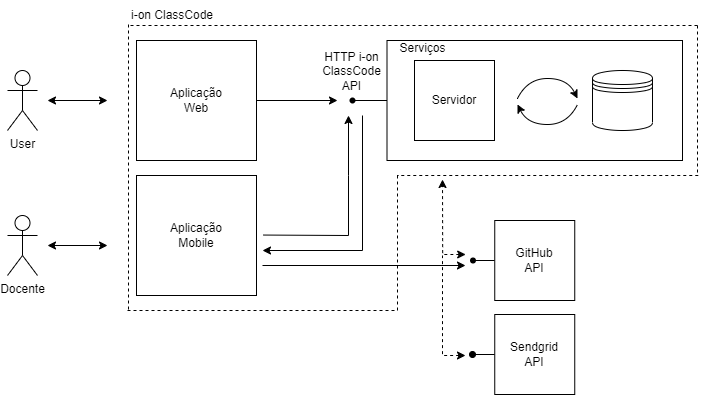
The draw.io diagram docs/img/project-flow.png in i-on-project/repohouse, before a commit. Source tidied: cells renumbered, new cells last; positions are measured from the earlier drawing's top-left corner, leaving out a move shared by most shapes. Source of this version:
```xml
<mxGraphModel>
  <root>
    <mxCell id="0" />
    <mxCell id="1" parent="0" />
    <mxCell id="2" value="User" style="shape=umlActor;verticalLabelPosition=bottom;verticalAlign=top;html=1;" parent="1" vertex="1">
      <mxGeometry y="70" width="30" height="60" as="geometry" />
    </mxCell>
    <mxCell id="3" style="endArrow=classic;startArrow=classic;html=1;rounded=0;" parent="1" edge="1">
      <mxGeometry relative="1" as="geometry">
        <mxPoint x="40" y="100" as="sourcePoint" />
        <mxPoint x="100" y="100" as="targetPoint" />
      </mxGeometry>
    </mxCell>
    <mxCell id="4" value="Aplicação&lt;br&gt;Web" style="whiteSpace=wrap;html=1;" parent="1" vertex="1">
      <mxGeometry x="129" y="40" width="120" height="120" as="geometry" />
    </mxCell>
    <mxCell id="5" style="rounded=0;whiteSpace=wrap;html=1;" parent="1" vertex="1">
      <mxGeometry x="379.5" y="40" width="295.5" height="120" as="geometry" />
    </mxCell>
    <mxCell id="6" style="endArrow=none;html=1;rounded=0;entryX=0;entryY=0.5;entryDx=0;entryDy=0;startArrow=none;" parent="1" edge="1" source="8" target="5">
      <mxGeometry relative="1" as="geometry" />
    </mxCell>
    <mxCell id="7" style="endArrow=none;html=1;rounded=0;entryDx=0;entryDy=0;" parent="1" edge="1" target="8">
      <mxGeometry relative="1" as="geometry">
        <mxPoint x="344" y="100" as="sourcePoint" />
      </mxGeometry>
    </mxCell>
    <mxCell id="8" style="shape=waypoint;sketch=0;fillStyle=solid;size=6;points=[];fillColor=none;perimeter=centerPerimeter;snapToPoint=1;" parent="1" vertex="1">
      <mxGeometry x="335" y="90" width="20" height="20" as="geometry" />
    </mxCell>
    <mxCell id="9" value="HTTP i-on ClassCode&lt;br&gt;API" style="text;html=1;strokeColor=none;fillColor=none;align=center;verticalAlign=middle;whiteSpace=wrap;rounded=0;" parent="1" vertex="1">
      <mxGeometry x="306.5" y="56" width="75" height="30" as="geometry" />
    </mxCell>
    <mxCell id="10" value="Servidor" style="whiteSpace=wrap;html=1;" parent="1" vertex="1">
      <mxGeometry x="407" y="60" width="80" height="80" as="geometry" />
    </mxCell>
    <mxCell id="11" style="endArrow=classic;startArrow=none;html=1;rounded=0;startFill=0;exitX=1;exitY=0.5;exitDx=0;exitDy=0;" parent="1" edge="1" source="4">
      <mxGeometry relative="1" as="geometry">
        <mxPoint x="330" y="100" as="targetPoint" />
      </mxGeometry>
    </mxCell>
    <mxCell id="12" style="curved=1;endArrow=classic;html=1;rounded=0;" parent="1" edge="1">
      <mxGeometry relative="1" as="geometry">
        <mxPoint x="510" y="98" as="sourcePoint" />
        <mxPoint x="570" y="98" as="targetPoint" />
        <Array as="points">
          <mxPoint x="520" y="78" />
          <mxPoint x="560" y="78" />
        </Array>
      </mxGeometry>
    </mxCell>
    <mxCell id="13" style="curved=1;endArrow=classic;html=1;rounded=0;" parent="1" edge="1">
      <mxGeometry relative="1" as="geometry">
        <mxPoint x="570" y="104" as="sourcePoint" />
        <mxPoint x="510" y="104" as="targetPoint" />
        <Array as="points">
          <mxPoint x="560" y="124" />
          <mxPoint x="520" y="124" />
        </Array>
      </mxGeometry>
    </mxCell>
    <mxCell id="14" style="shape=datastore;whiteSpace=wrap;html=1;" parent="1" vertex="1">
      <mxGeometry x="585" y="70" width="60" height="60" as="geometry" />
    </mxCell>
    <mxCell id="15" style="endArrow=classic;startArrow=classic;html=1;rounded=0;dashed=1;" parent="1" edge="1">
      <mxGeometry relative="1" as="geometry">
        <mxPoint x="458.2" y="254" as="sourcePoint" />
        <mxPoint x="435" y="179" as="targetPoint" />
        <Array as="points">
          <mxPoint x="443.2" y="254" />
          <mxPoint x="435.2" y="254" />
        </Array>
      </mxGeometry>
    </mxCell>
    <mxCell id="16" style="endArrow=none;html=1;rounded=0;startArrow=none;entryX=0;entryY=0.5;entryDx=0;entryDy=0;" parent="1" edge="1" target="17">
      <mxGeometry relative="1" as="geometry">
        <mxPoint x="465.5" y="260" as="sourcePoint" />
      </mxGeometry>
    </mxCell>
    <mxCell id="17" value="GitHub&lt;br&gt;API" style="whiteSpace=wrap;html=1;" parent="1" vertex="1">
      <mxGeometry x="487.2" y="220" width="80" height="80" as="geometry" />
    </mxCell>
    <mxCell id="18" style="endArrow=none;html=1;rounded=0;startArrow=none;entryDx=0;entryDy=0;" parent="1" edge="1">
      <mxGeometry relative="1" as="geometry">
        <mxPoint x="473.2" y="260" as="sourcePoint" />
        <mxPoint x="465.5" y="260" as="targetPoint" />
      </mxGeometry>
    </mxCell>
    <mxCell id="19" style="shape=waypoint;sketch=0;fillStyle=solid;size=6;fillColor=none;perimeter=centerPerimeter;" parent="1" vertex="1">
      <mxGeometry x="455.5" y="250" width="20" height="20" as="geometry" />
    </mxCell>
    <mxCell id="20" value="Serviços" style="text;html=1;strokeColor=none;fillColor=none;align=center;verticalAlign=middle;whiteSpace=wrap;rounded=0;" parent="1" vertex="1">
      <mxGeometry x="377.5" y="33" width="75" height="30" as="geometry" />
    </mxCell>
    <mxCell id="21" value="Docente" style="shape=umlActor;verticalLabelPosition=bottom;verticalAlign=top;html=1;" parent="1" vertex="1">
      <mxGeometry y="215" width="30" height="60" as="geometry" />
    </mxCell>
    <mxCell id="22" style="endArrow=classic;startArrow=classic;html=1;rounded=0;" parent="1" edge="1">
      <mxGeometry relative="1" as="geometry">
        <mxPoint x="40" y="245" as="sourcePoint" />
        <mxPoint x="100" y="245" as="targetPoint" />
      </mxGeometry>
    </mxCell>
    <mxCell id="23" value="Aplicação&lt;br&gt;Mobile" style="whiteSpace=wrap;html=1;" parent="1" vertex="1">
      <mxGeometry x="129" y="175" width="120" height="120" as="geometry" />
    </mxCell>
    <mxCell id="24" style="endArrow=classic;startArrow=none;html=1;rounded=0;startFill=0;" parent="1" edge="1">
      <mxGeometry relative="1" as="geometry">
        <mxPoint x="256" y="234.6" as="sourcePoint" />
        <mxPoint x="341" y="115" as="targetPoint" />
        <Array as="points">
          <mxPoint x="341" y="235" />
          <mxPoint x="341" y="175" />
        </Array>
      </mxGeometry>
    </mxCell>
    <mxCell id="25" style="endArrow=none;startArrow=classic;html=1;rounded=0;endFill=0;" parent="1" edge="1">
      <mxGeometry relative="1" as="geometry">
        <mxPoint x="255" y="250" as="sourcePoint" />
        <mxPoint x="355" y="115" as="targetPoint" />
        <Array as="points">
          <mxPoint x="355" y="250" />
        </Array>
      </mxGeometry>
    </mxCell>
    <mxCell id="26" style="endArrow=none;dashed=1;html=1;rounded=0;" parent="1" edge="1">
      <mxGeometry relative="1" as="geometry">
        <mxPoint x="390" y="310" as="sourcePoint" />
        <mxPoint x="390" y="175" as="targetPoint" />
      </mxGeometry>
    </mxCell>
    <mxCell id="27" style="endArrow=none;dashed=1;html=1;rounded=0;" parent="1" edge="1">
      <mxGeometry relative="1" as="geometry">
        <mxPoint x="120" y="310" as="sourcePoint" />
        <mxPoint x="390" y="310" as="targetPoint" />
      </mxGeometry>
    </mxCell>
    <mxCell id="28" style="endArrow=none;dashed=1;html=1;rounded=0;" parent="1" edge="1">
      <mxGeometry relative="1" as="geometry">
        <mxPoint x="690.8" y="175" as="sourcePoint" />
        <mxPoint x="390" y="175" as="targetPoint" />
      </mxGeometry>
    </mxCell>
    <mxCell id="29" style="endArrow=none;dashed=1;html=1;rounded=0;" parent="1" edge="1">
      <mxGeometry relative="1" as="geometry">
        <mxPoint x="121" y="309" as="sourcePoint" />
        <mxPoint x="121" y="24" as="targetPoint" />
      </mxGeometry>
    </mxCell>
    <mxCell id="30" style="endArrow=none;dashed=1;html=1;rounded=0;" parent="1" edge="1">
      <mxGeometry relative="1" as="geometry">
        <mxPoint x="690" y="25" as="sourcePoint" />
        <mxPoint x="120" y="25" as="targetPoint" />
      </mxGeometry>
    </mxCell>
    <mxCell id="31" style="endArrow=none;dashed=1;html=1;rounded=0;" parent="1" edge="1">
      <mxGeometry relative="1" as="geometry">
        <mxPoint x="690" y="25" as="sourcePoint" />
        <mxPoint x="690" y="175" as="targetPoint" />
      </mxGeometry>
    </mxCell>
    <mxCell id="32" value="i-on ClassCode" style="text;html=1;strokeColor=none;fillColor=none;align=center;verticalAlign=middle;whiteSpace=wrap;rounded=0;" parent="1" vertex="1">
      <mxGeometry x="120" width="90" height="30" as="geometry" />
    </mxCell>
    <mxCell id="33" style="edgeStyle=orthogonalEdgeStyle;rounded=0;jettySize=auto;html=1;exitX=0;exitY=0.5;exitDx=0;exitDy=0;endArrow=oval;endFill=1;" parent="1" edge="1" source="34">
      <mxGeometry relative="1" as="geometry">
        <mxPoint x="465" y="353.9" as="targetPoint" />
      </mxGeometry>
    </mxCell>
    <mxCell id="34" value="Sendgrid&lt;br&gt;API" style="whiteSpace=wrap;html=1;" parent="1" vertex="1">
      <mxGeometry x="487.2" y="314" width="80" height="80" as="geometry" />
    </mxCell>
    <mxCell id="35" style="endArrow=none;startArrow=classic;html=1;rounded=0;dashed=1;startFill=1;endFill=0;" parent="1" edge="1">
      <mxGeometry relative="1" as="geometry">
        <mxPoint x="458" y="355" as="sourcePoint" />
        <mxPoint x="435" y="255" as="targetPoint" />
        <Array as="points">
          <mxPoint x="435" y="355" />
        </Array>
      </mxGeometry>
    </mxCell>
    <mxCell id="36" style="endArrow=classic;html=1;rounded=0;" parent="1" edge="1">
      <mxGeometry relative="1" as="geometry">
        <mxPoint x="255" y="265" as="sourcePoint" />
        <mxPoint x="458" y="265" as="targetPoint" />
      </mxGeometry>
    </mxCell>
  </root>
</mxGraphModel>
```
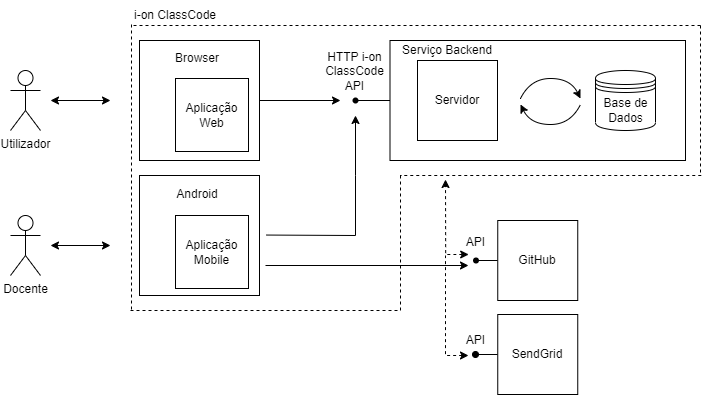
Above is the later version.

What changed in the source:
```diff
@@ -2,7 +2,7 @@
   <root>
     <mxCell id="0" />
     <mxCell id="1" parent="0" />
-    <mxCell id="2" value="User" style="shape=umlActor;verticalLabelPosition=bottom;verticalAlign=top;html=1;" parent="1" vertex="1">
+    <mxCell id="2" value="Utilizador" style="shape=umlActor;verticalLabelPosition=bottom;verticalAlign=top;html=1;" parent="1" vertex="1">
       <mxGeometry y="70" width="30" height="60" as="geometry" />
     </mxCell>
     <mxCell id="3" style="endArrow=classic;startArrow=classic;html=1;rounded=0;" parent="1" edge="1">
@@ -11,7 +11,7 @@
         <mxPoint x="100" y="100" as="targetPoint" />
       </mxGeometry>
     </mxCell>
-    <mxCell id="4" value="Aplicação&lt;br&gt;Web" style="whiteSpace=wrap;html=1;" parent="1" vertex="1">
+    <mxCell id="4" style="whiteSpace=wrap;html=1;" parent="1" vertex="1">
       <mxGeometry x="129" y="40" width="120" height="120" as="geometry" />
     </mxCell>
     <mxCell id="5" style="rounded=0;whiteSpace=wrap;html=1;" parent="1" vertex="1">
@@ -77,7 +77,7 @@
         <mxPoint x="465.5" y="260" as="sourcePoint" />
       </mxGeometry>
     </mxCell>
-    <mxCell id="17" value="GitHub&lt;br&gt;API" style="whiteSpace=wrap;html=1;" parent="1" vertex="1">
+    <mxCell id="17" value="GitHub" style="whiteSpace=wrap;html=1;" parent="1" vertex="1">
       <mxGeometry x="487.2" y="220" width="80" height="80" as="geometry" />
     </mxCell>
     <mxCell id="18" style="endArrow=none;html=1;rounded=0;startArrow=none;entryDx=0;entryDy=0;" parent="1" edge="1">
@@ -89,8 +89,8 @@
     <mxCell id="19" style="shape=waypoint;sketch=0;fillStyle=solid;size=6;fillColor=none;perimeter=centerPerimeter;" parent="1" vertex="1">
       <mxGeometry x="455.5" y="250" width="20" height="20" as="geometry" />
     </mxCell>
-    <mxCell id="20" value="Serviços" style="text;html=1;strokeColor=none;fillColor=none;align=center;verticalAlign=middle;whiteSpace=wrap;rounded=0;" parent="1" vertex="1">
-      <mxGeometry x="377.5" y="33" width="75" height="30" as="geometry" />
+    <mxCell id="20" value="Serviço Backend" style="text;html=1;strokeColor=none;fillColor=none;align=center;verticalAlign=middle;whiteSpace=wrap;rounded=0;" parent="1" vertex="1">
+      <mxGeometry x="377.5" y="35" width="117.5" height="30" as="geometry" />
     </mxCell>
     <mxCell id="21" value="Docente" style="shape=umlActor;verticalLabelPosition=bottom;verticalAlign=top;html=1;" parent="1" vertex="1">
       <mxGeometry y="215" width="30" height="60" as="geometry" />
@@ -101,28 +101,19 @@
         <mxPoint x="100" y="245" as="targetPoint" />
       </mxGeometry>
     </mxCell>
-    <mxCell id="23" value="Aplicação&lt;br&gt;Mobile" style="whiteSpace=wrap;html=1;" parent="1" vertex="1">
+    <mxCell id="23" style="whiteSpace=wrap;html=1;" parent="1" vertex="1">
       <mxGeometry x="129" y="175" width="120" height="120" as="geometry" />
     </mxCell>
     <mxCell id="24" style="endArrow=classic;startArrow=none;html=1;rounded=0;startFill=0;" parent="1" edge="1">
       <mxGeometry relative="1" as="geometry">
         <mxPoint x="256" y="234.6" as="sourcePoint" />
-        <mxPoint x="341" y="115" as="targetPoint" />
+        <mxPoint x="345" y="115" as="targetPoint" />
         <Array as="points">
-          <mxPoint x="341" y="235" />
-          <mxPoint x="341" y="175" />
+          <mxPoint x="345" y="235" />
+          <mxPoint x="345" y="175" />
         </Array>
       </mxGeometry>
     </mxCell>
-    <mxCell id="25" style="endArrow=none;startArrow=classic;html=1;rounded=0;endFill=0;" parent="1" edge="1">
-      <mxGeometry relative="1" as="geometry">
-        <mxPoint x="255" y="250" as="sourcePoint" />
-        <mxPoint x="355" y="115" as="targetPoint" />
-        <Array as="points">
-          <mxPoint x="355" y="250" />
-        </Array>
-      </mxGeometry>
-    </mxCell>
     <mxCell id="26" style="endArrow=none;dashed=1;html=1;rounded=0;" parent="1" edge="1">
       <mxGeometry relative="1" as="geometry">
         <mxPoint x="390" y="310" as="sourcePoint" />
@@ -167,7 +158,7 @@
         <mxPoint x="465" y="353.9" as="targetPoint" />
       </mxGeometry>
     </mxCell>
-    <mxCell id="34" value="Sendgrid&lt;br&gt;API" style="whiteSpace=wrap;html=1;" parent="1" vertex="1">
+    <mxCell id="34" value="SendGrid" style="whiteSpace=wrap;html=1;" parent="1" vertex="1">
       <mxGeometry x="487.2" y="314" width="80" height="80" as="geometry" />
     </mxCell>
     <mxCell id="35" style="endArrow=none;startArrow=classic;html=1;rounded=0;dashed=1;startFill=1;endFill=0;" parent="1" edge="1">
@@ -185,5 +176,26 @@
         <mxPoint x="458" y="265" as="targetPoint" />
       </mxGeometry>
     </mxCell>
+    <mxCell id="37" value="Aplicação&lt;br&gt;Web" style="whiteSpace=wrap;html=1;" parent="1" vertex="1">
+      <mxGeometry x="165" y="78" width="73" height="73" as="geometry" />
+    </mxCell>
+    <mxCell id="38" value="Browser" style="text;html=1;strokeColor=none;fillColor=none;align=center;verticalAlign=middle;whiteSpace=wrap;rounded=0;" parent="1" vertex="1">
+      <mxGeometry x="128" y="43" width="117.5" height="30" as="geometry" />
+    </mxCell>
+    <mxCell id="39" value="API" style="text;html=1;strokeColor=none;fillColor=none;align=center;verticalAlign=middle;whiteSpace=wrap;rounded=0;" parent="1" vertex="1">
+      <mxGeometry x="428" y="227" width="75" height="30" as="geometry" />
+    </mxCell>
+    <mxCell id="40" value="API" style="text;html=1;strokeColor=none;fillColor=none;align=center;verticalAlign=middle;whiteSpace=wrap;rounded=0;" parent="1" vertex="1">
+      <mxGeometry x="428" y="325" width="75" height="30" as="geometry" />
+    </mxCell>
+    <mxCell id="41" value="Base de Dados" style="text;html=1;strokeColor=none;fillColor=none;align=center;verticalAlign=middle;whiteSpace=wrap;rounded=0;" parent="1" vertex="1">
+      <mxGeometry x="584.2" y="94.5" width="62.8" height="30" as="geometry" />
+    </mxCell>
+    <mxCell id="42" value="Aplicação&lt;br&gt;Mobile" style="whiteSpace=wrap;html=1;" parent="1" vertex="1">
+      <mxGeometry x="165" y="215" width="73" height="73" as="geometry" />
+    </mxCell>
+    <mxCell id="43" value="Android" style="text;html=1;strokeColor=none;fillColor=none;align=center;verticalAlign=middle;whiteSpace=wrap;rounded=0;" parent="1" vertex="1">
+      <mxGeometry x="128" y="179" width="117.5" height="30" as="geometry" />
+    </mxCell>
   </root>
 </mxGraphModel>
```
